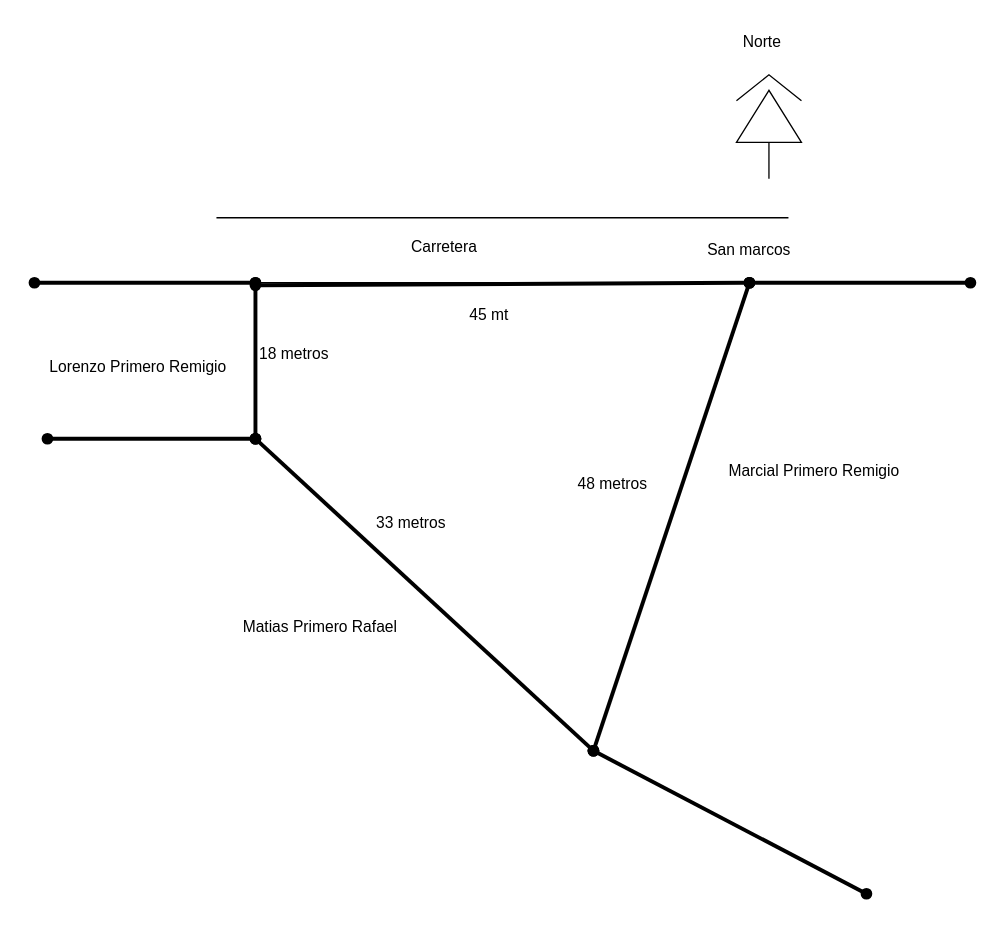
harlock/Diagramas keeps this draw.io diagram as tereno.drawio. Above is the earlier version. Source tidied: cells renumbered, new cells numbered last; positions are measured from the earlier drawing's top-left corner, leaving out a move shared by most shapes. Both pictures are drawn from the tidied source at 130%, with x=0, y=0 at pixel (34, 22).
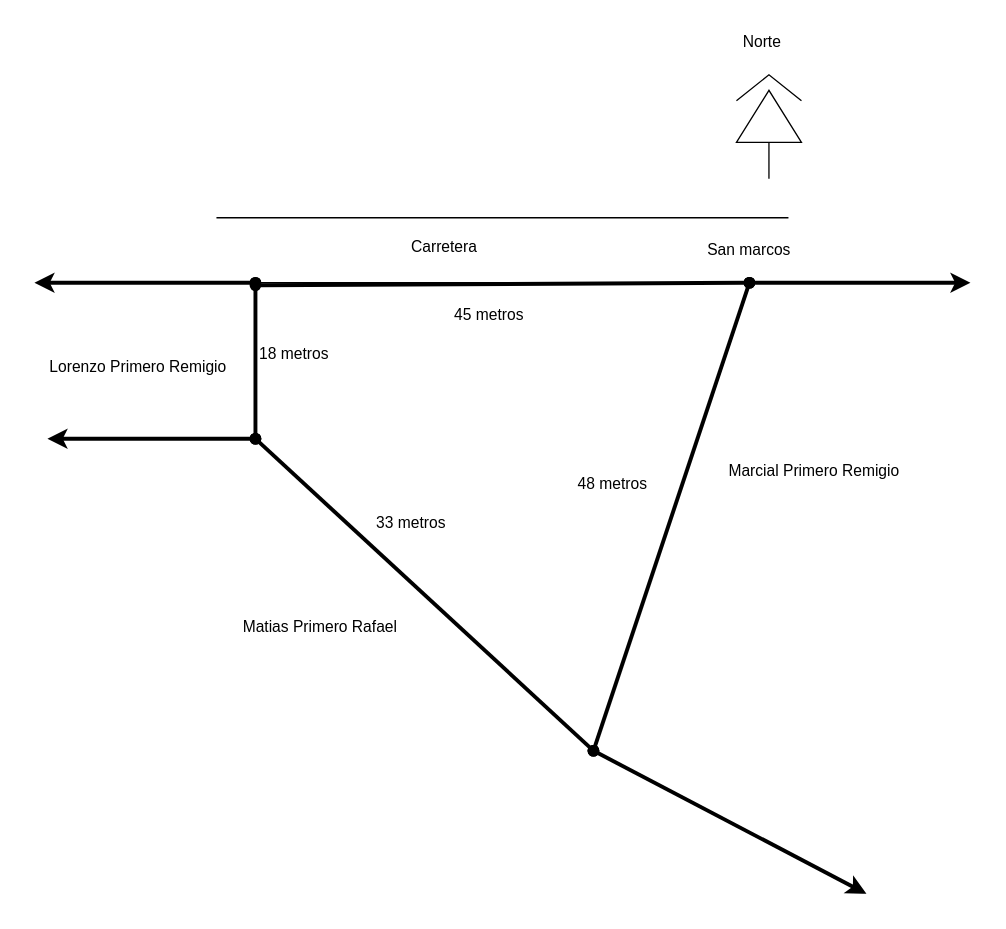
After the change.

What changed in the source:
```diff
@@
-    <mxCell id="7" value="45 mt" style="text;html=1;strokeColor=none;fillColor=none;align=center;verticalAlign=middle;whiteSpace=wrap;rounded=0;" parent="1" vertex="1">
+    <mxCell id="7" value="45 metros" style="text;html=1;strokeColor=none;fillColor=none;align=center;verticalAlign=middle;whiteSpace=wrap;rounded=0;" parent="1" vertex="1">
       <mxGeometry x="320" y="210" width="60" height="30" as="geometry" />
     </mxCell>
@@
-    <mxCell id="19" style="endArrow=oval;html=1;rounded=0;strokeWidth=3;startArrow=oval;startFill=1;endFill=1;" parent="1" edge="1">
+    <mxCell id="19" style="endArrow=classic;html=1;rounded=0;strokeWidth=3;startArrow=oval;startFill=1;endFill=1;" parent="1" edge="1">
       <mxGeometry relative="1" as="geometry">
         <mxPoint x="430" y="560" as="sourcePoint" />
         <mxPoint x="640" y="670" as="targetPoint" />
       </mxGeometry>
     </mxCell>
-    <mxCell id="20" style="endArrow=oval;html=1;rounded=0;strokeWidth=3;startArrow=oval;startFill=1;endFill=1;" parent="1" edge="1">
+    <mxCell id="20" style="endArrow=oval;html=1;rounded=0;strokeWidth=3;startArrow=classic;startFill=1;endFill=1;" parent="1" edge="1">
       <mxGeometry relative="1" as="geometry">
         <mxPoint x="10" y="320" as="sourcePoint" />
         <mxPoint x="170" y="320" as="targetPoint" />
       </mxGeometry>
     </mxCell>
-    <mxCell id="21" style="endArrow=oval;html=1;rounded=0;strokeWidth=3;startArrow=oval;startFill=1;endFill=1;" parent="1" edge="1">
+    <mxCell id="21" style="endArrow=classic;html=1;rounded=0;strokeWidth=3;startArrow=oval;startFill=1;endFill=1;" parent="1" edge="1">
       <mxGeometry relative="1" as="geometry">
         <mxPoint x="550" y="200" as="sourcePoint" />
         <mxPoint x="720" y="200" as="targetPoint" />
       </mxGeometry>
     </mxCell>
-    <mxCell id="22" style="endArrow=oval;html=1;rounded=0;strokeWidth=3;startArrow=oval;startFill=1;endFill=1;" parent="1" edge="1">
+    <mxCell id="22" style="endArrow=oval;html=1;rounded=0;strokeWidth=3;startArrow=classic;startFill=1;endFill=1;" parent="1" edge="1">
       <mxGeometry relative="1" as="geometry">
         <mxPoint y="200" as="sourcePoint" />
         <mxPoint x="170" y="200" as="targetPoint" />
       </mxGeometry>
     </mxCell>
```
